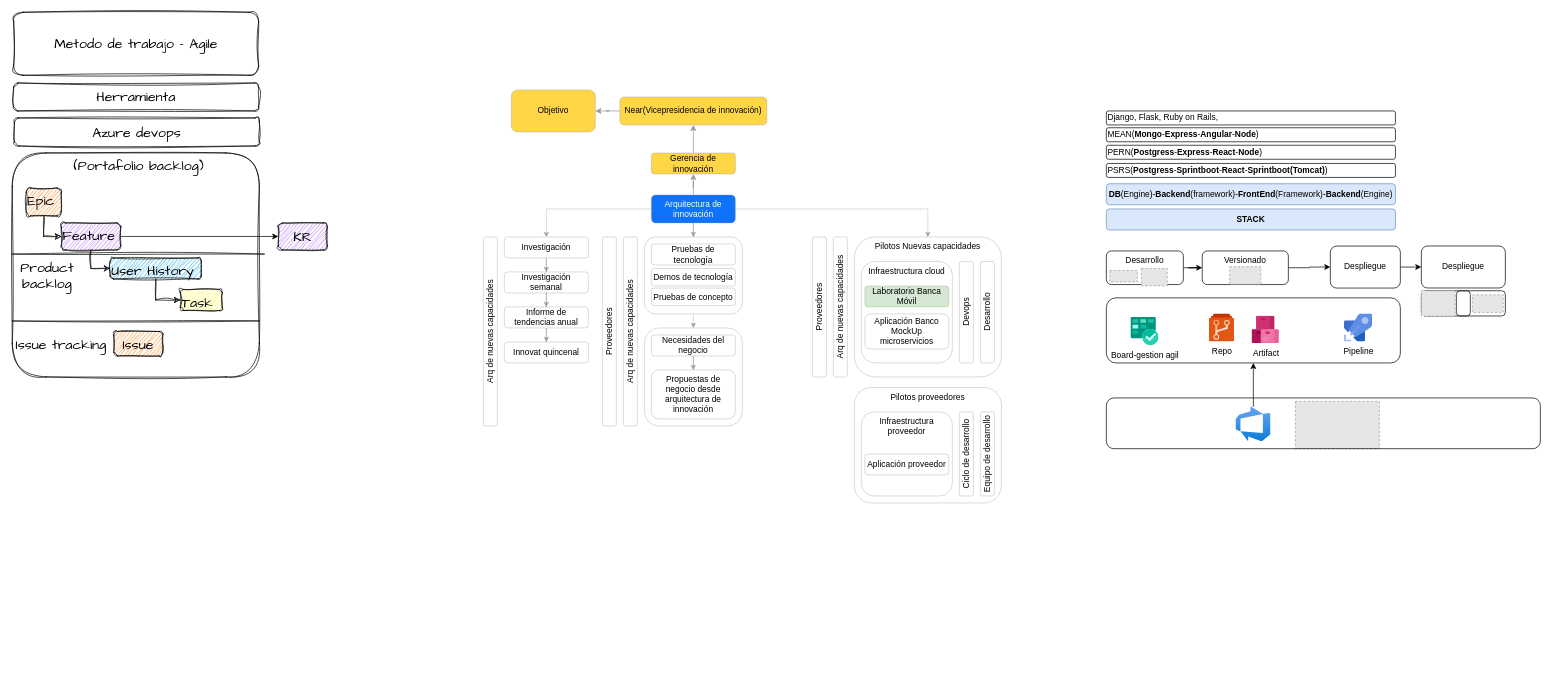
Above: page "Objetivo" (1 of 9) of Arquitectura de nuevas capacidades.drawio in santiagovb/Diagramas (draw.io), before the change. Source tidied: cells renumbered, new cells numbered last; positions are measured from the earlier drawing's top-left corner, leaving out a move shared by most shapes. Both pictures are drawn from the tidied source at 70%, with x=0, y=0 at pixel (12, 12). Pictures stored in the file or linked from it are replaced by grey dashed boxes.
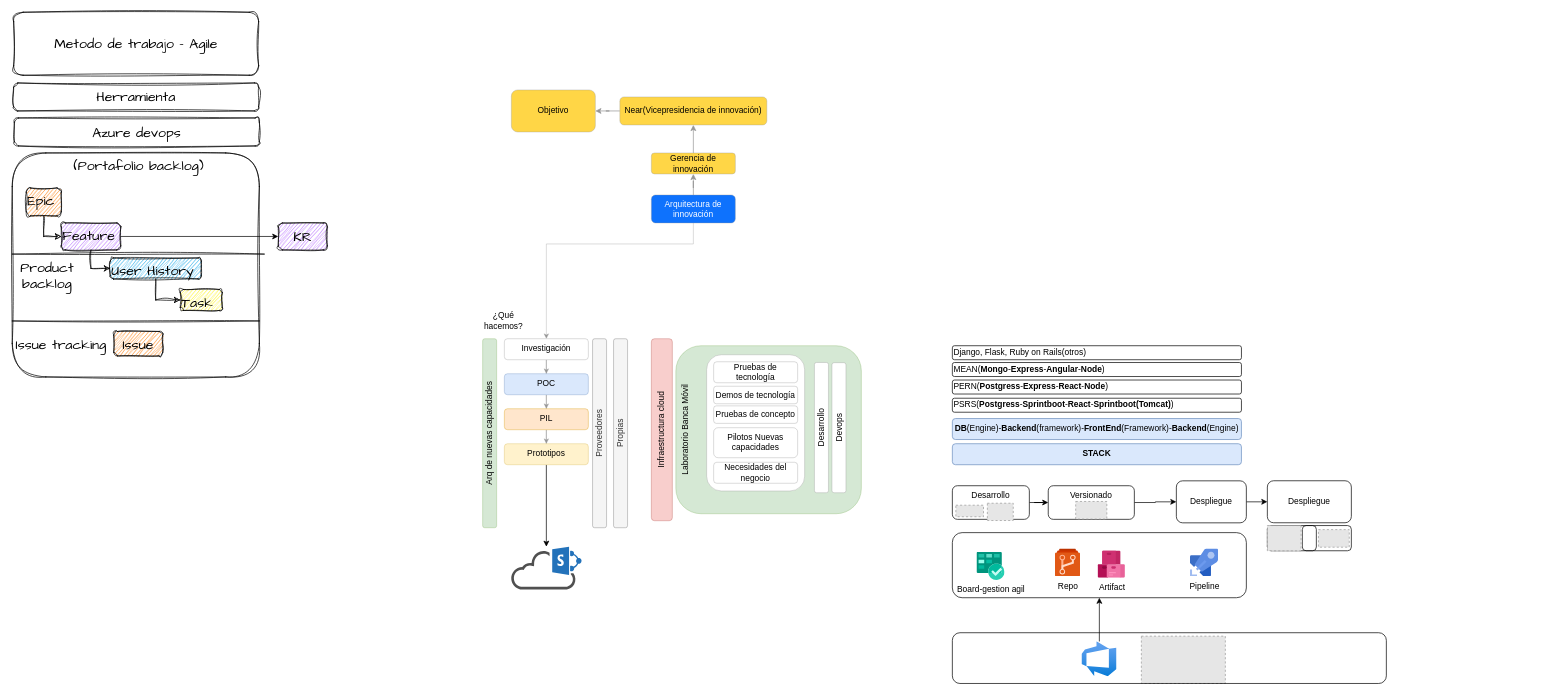
After the change.

The change refers to these unchanged cells:
```xml
<mxCell id="19" value="Arquitectura de innovación" style="whiteSpace=wrap;html=1;rounded=1;fillColor=#0E72FD;fontColor=#FFFFFF;strokeColor=#969696;strokeWidth=0.5;" parent="1" vertex="1">
  <mxGeometry x="913" y="261" width="120" height="40" as="geometry" />
</mxCell>
```

What changed in the source:
```diff
@@
+    <mxCell id="36" value="Laboratorio Banca Móvil" style="whiteSpace=wrap;html=1;rounded=1;strokeColor=#82b366;strokeWidth=0.5;fillColor=#d5e8d4;verticalAlign=top;horizontal=0;" parent="1" vertex="1">
+      <mxGeometry x="948" y="476.4" width="265" height="240" as="geometry" />
+    </mxCell>
+    <mxCell id="6" value="Infraestructura cloud" style="whiteSpace=wrap;html=1;rounded=1;verticalAlign=middle;strokeColor=#b85450;strokeWidth=0.5;fillColor=#f8cecc;horizontal=0;" parent="1" vertex="1">
+      <mxGeometry x="913" y="466.4" width="30" height="260" as="geometry" />
+    </mxCell>
+    <mxCell id="9" style="rounded=1;whiteSpace=wrap;html=1;strokeColor=#969696;strokeWidth=0.5;" parent="1" vertex="1">
+      <mxGeometry x="992" y="489.3" width="140" height="194.6" as="geometry" />
+    </mxCell>
     <mxCell id="2" style="rounded=1;whiteSpace=wrap;html=1;fillColor=none;" parent="1" vertex="1">
-      <mxGeometry x="1563" y="408" width="420" height="93" as="geometry" />
+      <mxGeometry x="1343" y="743.4" width="420" height="93" as="geometry" />
     </mxCell>
     <mxCell id="3" style="rounded=1;whiteSpace=wrap;html=1;fillColor=none;" parent="1" vertex="1">
-      <mxGeometry x="2063" y="397.9" width="70" height="36" as="geometry" />
+      <mxGeometry x="1843" y="733.3" width="70" height="36" as="geometry" />
     </mxCell>
     <mxCell id="4" style="rounded=1;whiteSpace=wrap;html=1;fillColor=none;" parent="1" vertex="1">
-      <mxGeometry x="2013" y="397.9" width="70" height="36" as="geometry" />
+      <mxGeometry x="1793" y="733.3" width="70" height="36" as="geometry" />
     </mxCell>
     <mxCell id="5" value="Pilotos Nuevas capacidades" style="whiteSpace=wrap;html=1;rounded=1;verticalAlign=top;strokeColor=#969696;strokeWidth=0.5;" parent="1" vertex="1">
-      <mxGeometry x="1203" y="321" width="210" height="200" as="geometry" />
+      <mxGeometry x="1002" y="593.5" width="120" height="42.9" as="geometry" />
     </mxCell>
-    <mxCell id="6" value="Infraestructura cloud" style="whiteSpace=wrap;html=1;rounded=1;verticalAlign=top;strokeColor=#969696;strokeWidth=0.5;" parent="1" vertex="1">
-      <mxGeometry x="1213" y="356" width="130" height="145" as="geometry" />
-    </mxCell>
-    <mxCell id="7" style="rounded=1;whiteSpace=wrap;html=1;strokeColor=#969696;strokeWidth=0.5;" parent="1" vertex="1">
-      <mxGeometry x="903" y="451" width="140" height="140" as="geometry" />
-    </mxCell>
-    <mxCell id="8" style="edgeStyle=orthogonalEdgeStyle;rounded=0;jettySize=auto;html=1;exitX=0.5;exitY=1;exitDx=0;exitDy=0;entryX=0.5;entryY=0;entryDx=0;entryDy=0;strokeColor=#969696;strokeWidth=0.5;" parent="1" edge="1" source="9" target="7">
-      <mxGeometry relative="1" as="geometry" />
-    </mxCell>
-    <mxCell id="9" style="rounded=1;whiteSpace=wrap;html=1;strokeColor=#969696;strokeWidth=0.5;" parent="1" vertex="1">
-      <mxGeometry x="903" y="321" width="140" height="110" as="geometry" />
-    </mxCell>
@@
-    <mxCell id="15" style="edgeStyle=orthogonalEdgeStyle;rounded=0;jettySize=auto;html=1;strokeColor=#969696;strokeWidth=0.5;" parent="1" edge="1" source="19" target="21">
-      <mxGeometry relative="1" as="geometry" />
+    <mxCell id="15" style="edgeStyle=orthogonalEdgeStyle;rounded=0;jettySize=auto;html=1;strokeColor=#969696;strokeWidth=0.5;exitX=0.5;exitY=1;exitDx=0;exitDy=0;" parent="1" edge="1" source="19" target="21">
+      <mxGeometry relative="1" as="geometry">
+        <Array as="points">
+          <mxPoint x="973" y="331" />
+          <mxPoint x="763" y="331" />
+        </Array>
+      </mxGeometry>
     </mxCell>
-    <mxCell id="16" style="edgeStyle=orthogonalEdgeStyle;rounded=0;jettySize=auto;html=1;strokeColor=#969696;strokeWidth=0.5;" parent="1" edge="1" source="19" target="5">
-      <mxGeometry relative="1" as="geometry" />
-    </mxCell>
-    <mxCell id="17" style="edgeStyle=orthogonalEdgeStyle;rounded=0;jettySize=auto;html=1;entryX=0.5;entryY=0;entryDx=0;entryDy=0;strokeColor=#969696;strokeWidth=0.5;" parent="1" edge="1" source="19" target="9">
-      <mxGeometry relative="1" as="geometry" />
-    </mxCell>
@@
     <mxCell id="21" value="Investigación" style="whiteSpace=wrap;html=1;rounded=1;strokeColor=#969696;strokeWidth=0.5;" parent="1" vertex="1">
-      <mxGeometry x="703" y="321" width="120" height="30" as="geometry" />
+      <mxGeometry x="703" y="466.4" width="120" height="30" as="geometry" />
     </mxCell>
     <mxCell id="22" value="Pruebas de concepto" style="whiteSpace=wrap;html=1;rounded=1;strokeColor=#969696;strokeWidth=0.5;" parent="1" vertex="1">
-      <mxGeometry x="913" y="394" width="120" height="25" as="geometry" />
+      <mxGeometry x="1002" y="562.3" width="120" height="25" as="geometry" />
     </mxCell>
@@
-    <mxCell id="24" value="Investigación semanal" style="whiteSpace=wrap;html=1;rounded=1;strokeColor=#969696;strokeWidth=0.5;" parent="1" vertex="1">
-      <mxGeometry x="703" y="371" width="120" height="30" as="geometry" />
+    <mxCell id="24" value="POC" style="whiteSpace=wrap;html=1;rounded=1;strokeColor=#6c8ebf;strokeWidth=0.5;fillColor=#dae8fc;" parent="1" vertex="1">
+      <mxGeometry x="703" y="516.4" width="120" height="30" as="geometry" />
     </mxCell>
@@
-    <mxCell id="26" value="Informe de tendencias anual" style="whiteSpace=wrap;html=1;rounded=1;strokeColor=#969696;strokeWidth=0.5;" parent="1" vertex="1">
-      <mxGeometry x="703" y="421" width="120" height="30" as="geometry" />
+    <mxCell id="26" value="PIL" style="whiteSpace=wrap;html=1;rounded=1;strokeColor=#d79b00;strokeWidth=0.5;fillColor=#ffe6cc;" parent="1" vertex="1">
+      <mxGeometry x="703" y="566.4" width="120" height="30" as="geometry" />
     </mxCell>
+    <mxCell id="91" style="edgeStyle=orthogonalEdgeStyle;rounded=0;jettySize=auto;html=1;" parent="1" edge="1" source="27" target="92">
+      <mxGeometry relative="1" as="geometry" />
+    </mxCell>
-    <mxCell id="27" value="Innovat quincenal" style="whiteSpace=wrap;html=1;rounded=1;strokeColor=#969696;strokeWidth=0.5;" parent="1" vertex="1">
-      <mxGeometry x="703" y="471" width="120" height="30" as="geometry" />
+    <mxCell id="27" value="Prototipos" style="whiteSpace=wrap;html=1;rounded=1;strokeColor=#d6b656;strokeWidth=0.5;fillColor=#fff2cc;" parent="1" vertex="1">
+      <mxGeometry x="703" y="616.4" width="120" height="30" as="geometry" />
     </mxCell>
-    <mxCell id="28" style="edgeStyle=orthogonalEdgeStyle;rounded=0;jettySize=auto;html=1;entryX=0.5;entryY=0;entryDx=0;entryDy=0;strokeColor=#969696;strokeWidth=0.5;" parent="1" edge="1" source="29" target="30">
-      <mxGeometry relative="1" as="geometry" />
-    </mxCell>
-    <mxCell id="29" value="Necesidades del negocio" style="whiteSpace=wrap;html=1;rounded=1;strokeColor=#969696;strokeWidth=0.5;" parent="1" vertex="1">
-      <mxGeometry x="913" y="461" width="120" height="30" as="geometry" />
-    </mxCell>
-    <mxCell id="30" value="Propuestas de negocio desde arquitectura de innovación" style="whiteSpace=wrap;html=1;rounded=1;strokeColor=#969696;strokeWidth=0.5;" parent="1" vertex="1">
-      <mxGeometry x="913" y="511" width="120" height="70" as="geometry" />
-    </mxCell>
     <mxCell id="31" value="Pruebas de tecnología" style="whiteSpace=wrap;html=1;rounded=1;strokeColor=#969696;strokeWidth=0.5;" parent="1" vertex="1">
-      <mxGeometry x="913" y="331" width="120" height="30" as="geometry" />
+      <mxGeometry x="1002" y="499.3" width="120" height="30" as="geometry" />
     </mxCell>
-    <mxCell id="32" value="Proveedores" style="rounded=1;whiteSpace=wrap;html=1;verticalAlign=middle;horizontal=0;strokeColor=#969696;strokeWidth=0.5;" parent="1" vertex="1">
-      <mxGeometry x="843" y="321" width="20" height="270" as="geometry" />
+    <mxCell id="32" value="Proveedores" style="rounded=1;whiteSpace=wrap;html=1;verticalAlign=middle;horizontal=0;strokeColor=#666666;strokeWidth=0.5;fillColor=#f5f5f5;fontColor=#333333;" parent="1" vertex="1">
+      <mxGeometry x="829" y="466.4" width="20" height="270" as="geometry" />
     </mxCell>
-    <mxCell id="33" value="Arq de nuevas capacidades" style="rounded=1;whiteSpace=wrap;html=1;verticalAlign=middle;horizontal=0;strokeColor=#969696;strokeWidth=0.5;" parent="1" vertex="1">
-      <mxGeometry x="873" y="321" width="20" height="270" as="geometry" />
+    <mxCell id="33" value="Propias" style="rounded=1;whiteSpace=wrap;html=1;verticalAlign=middle;horizontal=0;strokeColor=#666666;strokeWidth=0.5;fillColor=#f5f5f5;fontColor=#333333;" parent="1" vertex="1">
+      <mxGeometry x="859" y="466.4" width="20" height="270" as="geometry" />
     </mxCell>
-    <mxCell id="34" value="Proveedores" style="rounded=1;whiteSpace=wrap;html=1;verticalAlign=middle;horizontal=0;strokeColor=#969696;strokeWidth=0.5;" parent="1" vertex="1">
-      <mxGeometry x="1143" y="321" width="20" height="200" as="geometry" />
-    </mxCell>
-    <mxCell id="35" value="Arq de nuevas capacidades" style="rounded=1;whiteSpace=wrap;html=1;verticalAlign=middle;horizontal=0;strokeColor=#969696;strokeWidth=0.5;" parent="1" vertex="1">
-      <mxGeometry x="1173" y="321" width="20" height="200" as="geometry" />
-    </mxCell>
-    <mxCell id="36" value="Laboratorio Banca Móvil" style="whiteSpace=wrap;html=1;rounded=1;strokeColor=#82b366;strokeWidth=0.5;fillColor=#d5e8d4;" parent="1" vertex="1">
-      <mxGeometry x="1218" y="391" width="120" height="30" as="geometry" />
-    </mxCell>
     <mxCell id="37" value="Devops" style="whiteSpace=wrap;html=1;rounded=1;horizontal=0;strokeColor=#969696;strokeWidth=0.5;" parent="1" vertex="1">
-      <mxGeometry x="1353" y="356" width="20" height="145" as="geometry" />
+      <mxGeometry x="1171" y="500.6" width="20" height="185.8" as="geometry" />
     </mxCell>
-    <mxCell id="38" value="Aplicación Banco MockUp microservicios" style="whiteSpace=wrap;html=1;rounded=1;strokeColor=#969696;strokeWidth=0.5;" parent="1" vertex="1">
-      <mxGeometry x="1218" y="431" width="120" height="50" as="geometry" />
-    </mxCell>
     <mxCell id="39" value="Desarrollo" style="whiteSpace=wrap;html=1;rounded=1;horizontal=0;strokeColor=#969696;strokeWidth=0.5;" parent="1" vertex="1">
-      <mxGeometry x="1383" y="356" width="20" height="145" as="geometry" />
+      <mxGeometry x="1146" y="500.3" width="20" height="186.1" as="geometry" />
     </mxCell>
-    <mxCell id="40" value="Pilotos proveedores" style="whiteSpace=wrap;html=1;rounded=1;verticalAlign=top;strokeColor=#969696;strokeWidth=0.5;" parent="1" vertex="1">
-      <mxGeometry x="1203" y="536" width="210" height="165" as="geometry" />
-    </mxCell>
-    <mxCell id="41" value="Infraestructura proveedor" style="whiteSpace=wrap;html=1;rounded=1;verticalAlign=top;strokeColor=#969696;strokeWidth=0.5;" parent="1" vertex="1">
-      <mxGeometry x="1213" y="571" width="130" height="120" as="geometry" />
-    </mxCell>
-    <mxCell id="42" value="Aplicación proveedor" style="whiteSpace=wrap;html=1;rounded=1;strokeColor=#969696;strokeWidth=0.5;" parent="1" vertex="1">
-      <mxGeometry x="1218" y="631" width="120" height="30" as="geometry" />
-    </mxCell>
-    <mxCell id="43" value="Ciclo de desarrollo" style="whiteSpace=wrap;html=1;rounded=1;horizontal=0;strokeColor=#969696;strokeWidth=0.5;" parent="1" vertex="1">
-      <mxGeometry x="1353" y="571" width="20" height="120" as="geometry" />
-    </mxCell>
-    <mxCell id="44" value="Equipo de desarrollo" style="whiteSpace=wrap;html=1;rounded=1;horizontal=0;strokeColor=#969696;strokeWidth=0.5;" parent="1" vertex="1">
-      <mxGeometry x="1383" y="571" width="20" height="120" as="geometry" />
-    </mxCell>
     <mxCell id="45" value="Demos de tecnología" style="whiteSpace=wrap;html=1;rounded=1;strokeColor=#969696;strokeWidth=0.5;" parent="1" vertex="1">
-      <mxGeometry x="913" y="366" width="120" height="25" as="geometry" />
+      <mxGeometry x="1002" y="534.3" width="120" height="25" as="geometry" />
     </mxCell>
@@
-    <mxCell id="64" value="Arq de nuevas capacidades" style="rounded=1;whiteSpace=wrap;html=1;verticalAlign=middle;horizontal=0;strokeColor=#969696;strokeWidth=0.5;" parent="1" vertex="1">
-      <mxGeometry x="673" y="321" width="20" height="270" as="geometry" />
+    <mxCell id="64" value="Arq de nuevas capacidades" style="rounded=1;whiteSpace=wrap;html=1;verticalAlign=middle;horizontal=0;strokeColor=#82b366;strokeWidth=0.5;fillColor=#d5e8d4;" parent="1" vertex="1">
+      <mxGeometry x="672" y="466.4" width="20" height="270" as="geometry" />
     </mxCell>
@@
     <mxCell id="66" value="Desarrollo" style="rounded=1;whiteSpace=wrap;html=1;verticalAlign=top;" parent="1" vertex="1">
-      <mxGeometry x="1563" y="341" width="110" height="48" as="geometry" />
+      <mxGeometry x="1343" y="676.4" width="110" height="48" as="geometry" />
     </mxCell>
@@
     <mxCell id="68" value="Versionado" style="rounded=1;whiteSpace=wrap;html=1;verticalAlign=top;" parent="1" vertex="1">
-      <mxGeometry x="1700" y="341" width="123" height="48" as="geometry" />
+      <mxGeometry x="1480" y="676.4" width="123" height="48" as="geometry" />
     </mxCell>
@@
     <mxCell id="70" value="Despliegue" style="rounded=1;whiteSpace=wrap;html=1;" parent="1" vertex="1">
-      <mxGeometry x="1883" y="334" width="100" height="60" as="geometry" />
+      <mxGeometry x="1663" y="669.4" width="100" height="60" as="geometry" />
     </mxCell>
     <mxCell id="71" value="Pipeline" style="sketch=0;html=1;align=center;image;fontSize=12;image=img/lib/mscae/Azure_Pipelines.svg;" parent="1" vertex="1">
-      <mxGeometry x="1903" y="431" width="40" height="40" as="geometry" />
+      <mxGeometry x="1683" y="766.4" width="40" height="40" as="geometry" />
     </mxCell>
     <mxCell id="72" value="Repo" style="sketch=0;html=1;align=center;image;fontSize=12;image=img/lib/mscae/Azure_Repos.svg;" parent="1" vertex="1">
-      <mxGeometry x="1710" y="431" width="36" height="40" as="geometry" />
+      <mxGeometry x="1490" y="766.4" width="36" height="40" as="geometry" />
     </mxCell>
     <mxCell id="73" value="Board-gestion agil" style="sketch=0;html=1;align=center;image;fontSize=12;image=img/lib/mscae/Azure_Boards.svg;" parent="1" vertex="1">
-      <mxGeometry x="1598" y="436" width="40" height="40" as="geometry" />
+      <mxGeometry x="1378" y="771.4" width="40" height="40" as="geometry" />
     </mxCell>
@@
     <mxCell id="75" style="html=1;points=[];align=center;image;fontSize=12;image=img/lib/azure2/devops/Azure_DevOps.svg;" parent="1" vertex="1">
-      <mxGeometry x="1748" y="563.5" width="50" height="50" as="geometry" />
+      <mxGeometry x="1528" y="898.9" width="50" height="50" as="geometry" />
     </mxCell>
     <mxCell id="76" value="Despliegue" style="rounded=1;whiteSpace=wrap;html=1;" parent="1" vertex="1">
-      <mxGeometry x="2013" y="333.9" width="120" height="60" as="geometry" />
+      <mxGeometry x="1793" y="669.3" width="120" height="60" as="geometry" />
     </mxCell>
     <mxCell id="77" value="Artifact" style="sketch=0;html=1;align=center;image;fontSize=12;image=img/lib/mscae/Azure_Artifacts.svg;" parent="1" vertex="1">
-      <mxGeometry x="1771" y="434" width="39" height="39" as="geometry" />
+      <mxGeometry x="1551" y="769.4" width="39" height="39" as="geometry" />
     </mxCell>
     <mxCell id="78" style="fillColor=#E6E6E6;strokeColor=#999999;dashed=1;verticalLabelPosition=bottom;labelBackgroundColor=default;verticalAlign=top;" parent="1" vertex="1">
-      <mxGeometry x="2086" y="403.7" width="44" height="25.1" as="geometry" />
+      <mxGeometry x="1866" y="739.1" width="44" height="25.1" as="geometry" />
     </mxCell>
     <mxCell id="79" style="fillColor=#E6E6E6;strokeColor=#999999;dashed=1;verticalLabelPosition=bottom;labelBackgroundColor=default;verticalAlign=top;" parent="1" vertex="1">
-      <mxGeometry x="2013" y="397.9" width="48.2" height="36.1" as="geometry" />
+      <mxGeometry x="1793" y="733.3" width="48.2" height="36.1" as="geometry" />
     </mxCell>
     <mxCell id="80" value="&lt;b&gt;DB&lt;/b&gt;(Engine)-&lt;b&gt;Backend&lt;/b&gt;(framework)-&lt;b&gt;FrontEnd&lt;/b&gt;(Framework)-&lt;b&gt;Backend&lt;/b&gt;(Engine)" style="rounded=1;whiteSpace=wrap;html=1;fillColor=#dae8fc;strokeColor=#6c8ebf;" parent="1" vertex="1">
-      <mxGeometry x="1563" y="245" width="413" height="30" as="geometry" />
+      <mxGeometry x="1343" y="580.4" width="413" height="30" as="geometry" />
     </mxCell>
     <mxCell id="81" value="&lt;div style=&quot;&quot;&gt;&lt;span style=&quot;background-color: initial;&quot;&gt;MEAN(&lt;b&gt;Mongo&lt;/b&gt;-&lt;b&gt;Express&lt;/b&gt;-&lt;b&gt;Angular&lt;/b&gt;-&lt;b&gt;Node&lt;/b&gt;)&lt;/span&gt;&lt;/div&gt;" style="rounded=1;whiteSpace=wrap;html=1;align=left;" parent="1" vertex="1">
-      <mxGeometry x="1563" y="165" width="413" height="20" as="geometry" />
+      <mxGeometry x="1343" y="500.4" width="413" height="20" as="geometry" />
     </mxCell>
     <mxCell id="82" value="&lt;div style=&quot;&quot;&gt;&lt;span style=&quot;background-color: initial;&quot;&gt;PERN(&lt;b&gt;Postgress&lt;/b&gt;-&lt;b&gt;Express&lt;/b&gt;-&lt;b&gt;React&lt;/b&gt;-&lt;b&gt;Node&lt;/b&gt;)&lt;/span&gt;&lt;/div&gt;" style="rounded=1;whiteSpace=wrap;html=1;align=left;" parent="1" vertex="1">
-      <mxGeometry x="1563" y="190" width="413" height="20" as="geometry" />
+      <mxGeometry x="1343" y="525.4" width="413" height="20" as="geometry" />
     </mxCell>
     <mxCell id="83" value="&lt;div style=&quot;&quot;&gt;&lt;span style=&quot;background-color: initial;&quot;&gt;PSRS(&lt;b&gt;Postgress&lt;/b&gt;-&lt;b&gt;Sprintboot&lt;/b&gt;-&lt;b&gt;React&lt;/b&gt;-&lt;b&gt;Sprintboot(Tomcat)&lt;/b&gt;)&lt;/span&gt;&lt;/div&gt;" style="rounded=1;whiteSpace=wrap;html=1;align=left;" parent="1" vertex="1">
-      <mxGeometry x="1563" y="216" width="413" height="20" as="geometry" />
+      <mxGeometry x="1343" y="551.4" width="413" height="20" as="geometry" />
     </mxCell>
-    <mxCell id="84" value="&lt;div style=&quot;&quot;&gt;Django, Flask, Ruby on Rails,&lt;br&gt;&lt;/div&gt;" style="rounded=1;whiteSpace=wrap;html=1;align=left;" parent="1" vertex="1">
-      <mxGeometry x="1563" y="141" width="413" height="20" as="geometry" />
+    <mxCell id="84" value="&lt;div style=&quot;&quot;&gt;Django, Flask, Ruby on Rails(otros)&lt;br&gt;&lt;/div&gt;" style="rounded=1;whiteSpace=wrap;html=1;align=left;" parent="1" vertex="1">
+      <mxGeometry x="1343" y="476.4" width="413" height="20" as="geometry" />
     </mxCell>
     <mxCell id="85" value="&lt;b&gt;STACK&lt;/b&gt;" style="rounded=1;whiteSpace=wrap;html=1;fillColor=#dae8fc;strokeColor=#6c8ebf;" parent="1" vertex="1">
-      <mxGeometry x="1563" y="281" width="413" height="30" as="geometry" />
+      <mxGeometry x="1343" y="616.4" width="413" height="30" as="geometry" />
     </mxCell>
     <mxCell id="86" style="fillColor=#E6E6E6;strokeColor=#999999;dashed=1;verticalLabelPosition=bottom;labelBackgroundColor=default;verticalAlign=top;" parent="1" vertex="1">
-      <mxGeometry x="1833" y="555.9" width="120" height="67.6" as="geometry" />
+      <mxGeometry x="1613" y="891.3" width="120" height="67.6" as="geometry" />
     </mxCell>
     <mxCell id="87" style="rounded=1;whiteSpace=wrap;html=1;fillColor=none;" parent="1" vertex="1">
-      <mxGeometry x="1563" y="551" width="620" height="72.5" as="geometry" />
+      <mxGeometry x="1343" y="886.4" width="620" height="72.5" as="geometry" />
     </mxCell>
     <mxCell id="88" style="fillColor=#E6E6E6;strokeColor=#999999;dashed=1;verticalLabelPosition=bottom;labelBackgroundColor=default;verticalAlign=top;" parent="1" vertex="1">
-      <mxGeometry x="1739.2" y="363.5" width="44.5" height="25.1" as="geometry" />
+      <mxGeometry x="1519.2" y="698.9" width="44.5" height="25.1" as="geometry" />
     </mxCell>
     <mxCell id="89" style="fillColor=#E6E6E6;strokeColor=#999999;dashed=1;verticalLabelPosition=bottom;labelBackgroundColor=default;verticalAlign=top;" parent="1" vertex="1">
-      <mxGeometry x="1568" y="368.8" width="39.5" height="16.5" as="geometry" />
+      <mxGeometry x="1348" y="704.2" width="39.5" height="16.5" as="geometry" />
     </mxCell>
     <mxCell id="90" style="fillColor=#E6E6E6;strokeColor=#999999;dashed=1;verticalLabelPosition=bottom;labelBackgroundColor=default;verticalAlign=top;" parent="1" vertex="1">
-      <mxGeometry x="1613" y="366" width="37" height="24.7" as="geometry" />
+      <mxGeometry x="1393" y="701.4" width="37" height="24.7" as="geometry" />
     </mxCell>
+    <mxCell id="92" style="sketch=0;shadow=0;dashed=0;html=1;strokeColor=none;fillColor=#505050;labelPosition=center;verticalLabelPosition=bottom;outlineConnect=0;verticalAlign=top;align=center;shape=mxgraph.office.clouds.cloud_sharepoint;" parent="1" vertex="1">
+      <mxGeometry x="712.5" y="763.5" width="101" height="61" as="geometry" />
+    </mxCell>
+    <mxCell id="93" value="¿Qué hacemos?" style="text;html=1;strokeColor=none;fillColor=none;align=center;verticalAlign=middle;whiteSpace=wrap;rounded=0;" parent="1" vertex="1">
+      <mxGeometry x="672" y="426" width="60" height="30" as="geometry" />
+    </mxCell>
+    <mxCell id="29" value="Necesidades del negocio" style="whiteSpace=wrap;html=1;rounded=1;strokeColor=#969696;strokeWidth=0.5;" parent="1" vertex="1">
+      <mxGeometry x="1002" y="642.9" width="120" height="30" as="geometry" />
+    </mxCell>
```
